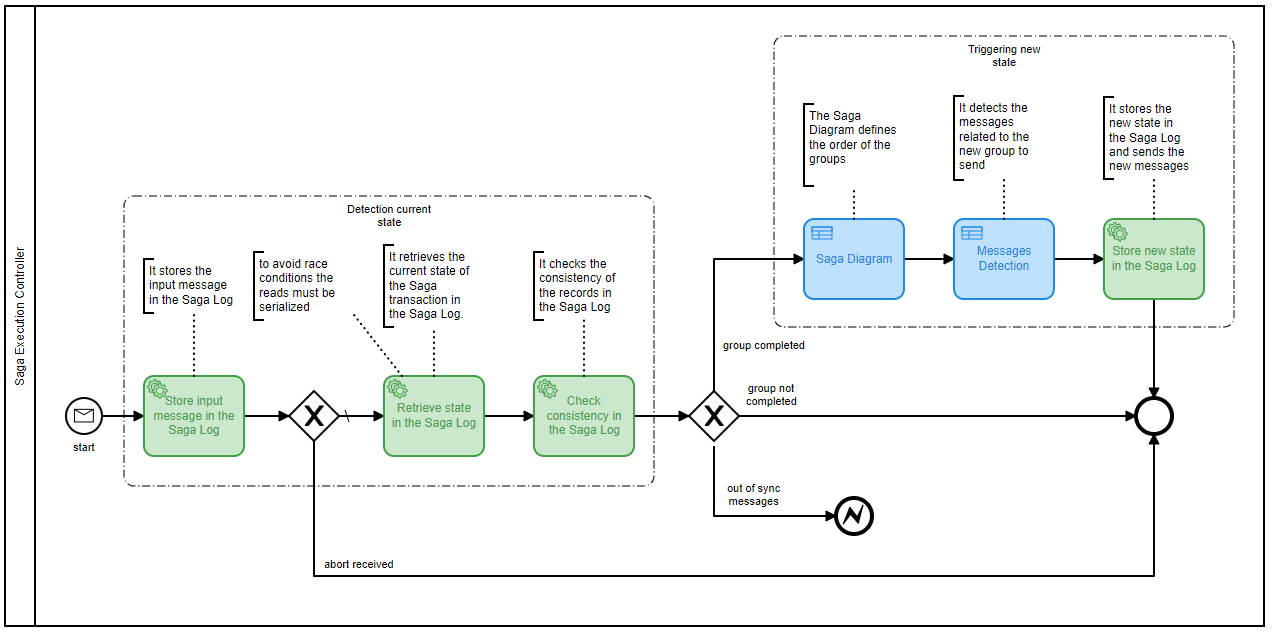
Above: img/sec.png in simonegasperoni/camunda-sec (BPMN), before the change. Its source is kept beside it as camunda-sec/src/main/resources/sec.bpmn. Ids are renumbered.
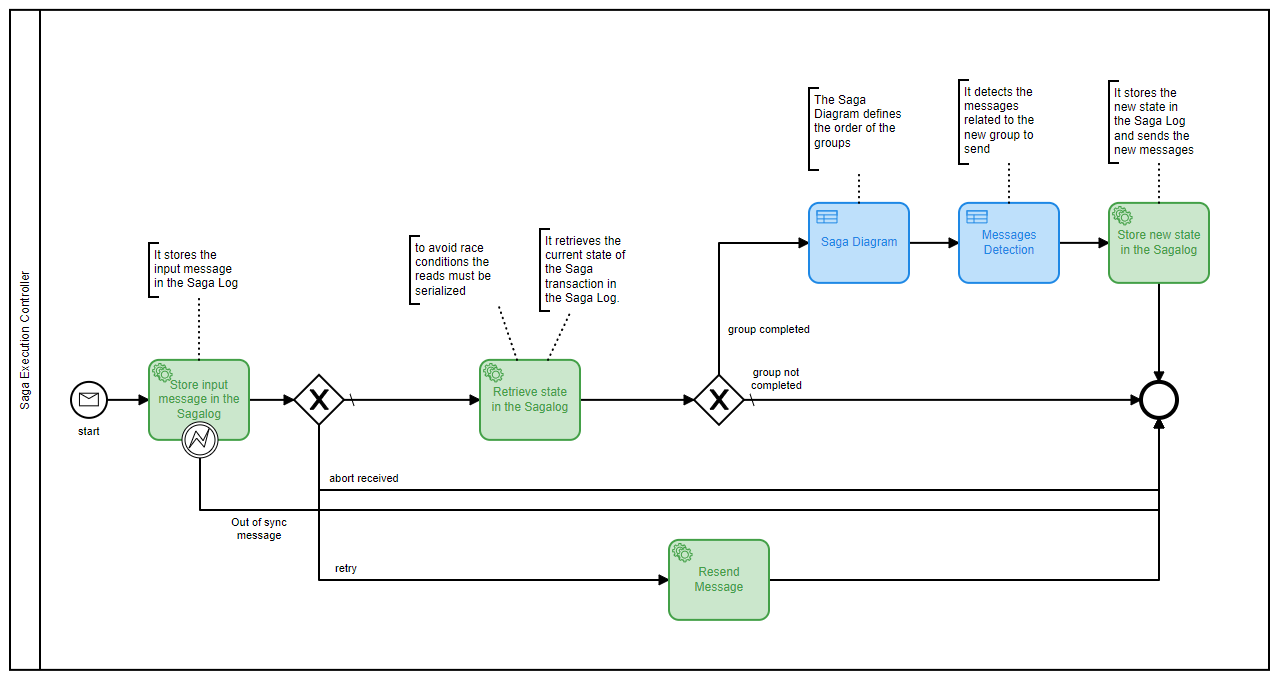
After the commit.

Diff of the diagram source:
```diff
@@ -1,6 +1,6 @@
 <bpmn:definitions xmlns:bpmn="http://www.omg.org/spec/BPMN/20100524/MODEL" xmlns:bpmndi="http://www.omg.org/spec/BPMN/20100524/DI" xmlns:dc="http://www.omg.org/spec/DD/20100524/DC" xmlns:camunda="http://camunda.org/schema/1.0/bpmn" xmlns:di="http://www.omg.org/spec/DD/20100524/DI" xmlns:xsi="http://www.w3.org/2001/XMLSchema-instance" xmlns:bioc="http://bpmn.io/schema/bpmn/biocolor/1.0" xmlns:color="http://www.omg.org/spec/BPMN/non-normative/color/1.0" xmlns:modeler="http://camunda.org/schema/modeler/1.0" id="Definitions_n1" targetNamespace="http://bpmn.io/schema/bpmn" exporter="Camunda Modeler" exporterVersion="4.9.0" modeler:executionPlatform="Camunda Platform" modeler:executionPlatformVersion="7.15.0">
   <bpmn:message id="Message_n2" name="intermsg" />
-  <bpmn:error id="Error_n3" name="Error_2tfs10e" errorCode="ConsistencyErrorDetected" camunda:errorMessage="Message out of sync" />
+  <bpmn:error id="Error_n3" name="Error_2tfs10e" errorCode="ConsistencyErrorDetected" camunda:errorMessage="Sagalog not consistent" />
   <bpmn:collaboration id="Collaboration_n4">
     <bpmn:participant id="Participant_n5" name="Saga Execution Controller" processRef="Process_n6" />
   </bpmn:collaboration>
@@ -28,6 +28,7 @@
       <bpmn:incoming>Flow_n15</bpmn:incoming>
       <bpmn:incoming>Flow_n21</bpmn:incoming>
       <bpmn:incoming>Flow_n22</bpmn:incoming>
+      <bpmn:incoming>Flow_n42</bpmn:incoming>
     </bpmn:endEvent>
     <bpmn:exclusiveGateway id="Gateway_n23" default="Flow_n20">
       <bpmn:incoming>Flow_n24</bpmn:incoming>
@@ -68,6 +69,11 @@
       <bpmn:incoming>Flow_n16</bpmn:incoming>
       <bpmn:outgoing>Flow_n22</bpmn:outgoing>
     </bpmn:serviceTask>
+    <bpmn:boundaryEvent id="Event_n43" attachedToRef="Activity_n17">
+      <bpmn:outgoing>Flow_n42</bpmn:outgoing>
+      <bpmn:errorEventDefinition id="ErrorEventDefinition_n44" errorRef="Error_n3" />
+    </bpmn:boundaryEvent>
+    <bpmn:sequenceFlow id="Flow_n42" name="Out of sync message" sourceRef="Event_n43" targetRef="Event_n19" />
     <bpmn:textAnnotation id="TextAnnotation_n30">
       <bpmn:text>It stores the new state in the Saga Log and sends the new messages</bpmn:text>
     </bpmn:textAnnotation>
@@ -182,6 +188,15 @@
         <di:waypoint x="760" y="450" />
         <di:waypoint x="874" y="450" />
       </bpmndi:BPMNEdge>
+      <bpmndi:BPMNEdge id="Flow_n42_di" bpmnElement="Flow_n42">
+        <di:waypoint x="380" y="508" />
+        <di:waypoint x="380" y="560" />
+        <di:waypoint x="1339" y="560" />
+        <di:waypoint x="1339" y="468" />
+        <bpmndi:BPMNLabel>
+          <dc:Bounds x="411" y="566" width="57" height="27" />
+        </bpmndi:BPMNLabel>
+      </bpmndi:BPMNEdge>
       <bpmndi:BPMNShape id="Activity_0iz0ch7_di" bpmnElement="Activity_n7" bioc:stroke="#1e88e5" bioc:fill="#bbdefb" color:background-color="#bbdefb" color:border-color="#1e88e5">
         <dc:Bounds x="1139" y="253" width="100" height="80" />
       </bpmndi:BPMNShape>
@@ -239,6 +254,9 @@
         <di:waypoint x="697" y="410" />
         <di:waypoint x="678" y="354" />
       </bpmndi:BPMNEdge>
+      <bpmndi:BPMNShape id="Event_13eufm1_di" bpmnElement="Event_n43">
+        <dc:Bounds x="362" y="472" width="36" height="36" />
+      </bpmndi:BPMNShape>
     </bpmndi:BPMNPlane>
   </bpmndi:BPMNDiagram>
 </bpmn:definitions>
```
